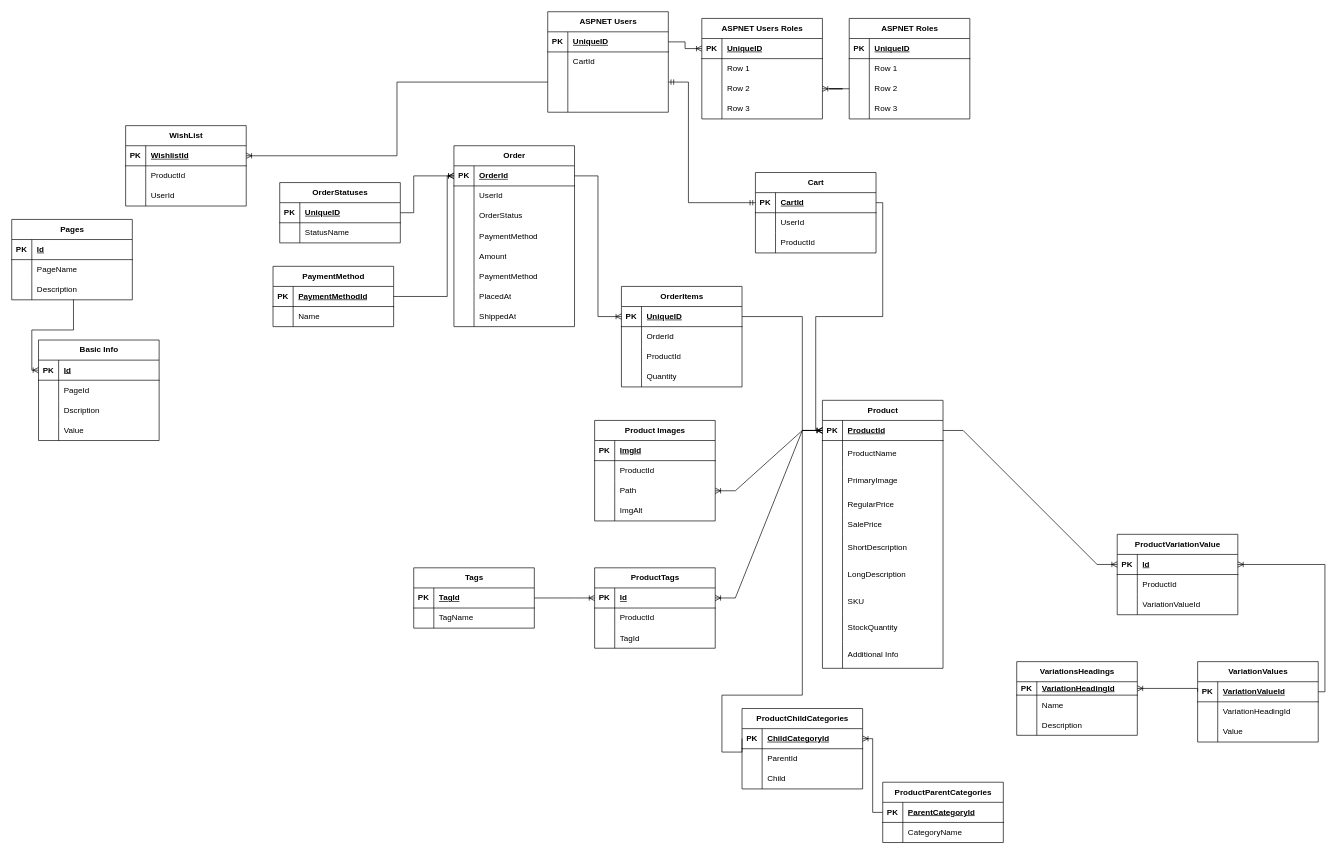
This is Untitled Diagram.drawio from mohamedvoli/Uthr, a draw.io file, before an edit. Source tidied: cells renumbered, new cells numbered last; positions are measured from the earlier drawing's top-left corner, leaving out a move shared by most shapes. Both pictures are drawn from the tidied source at 67%, with x=0, y=0 at pixel (11, 11).
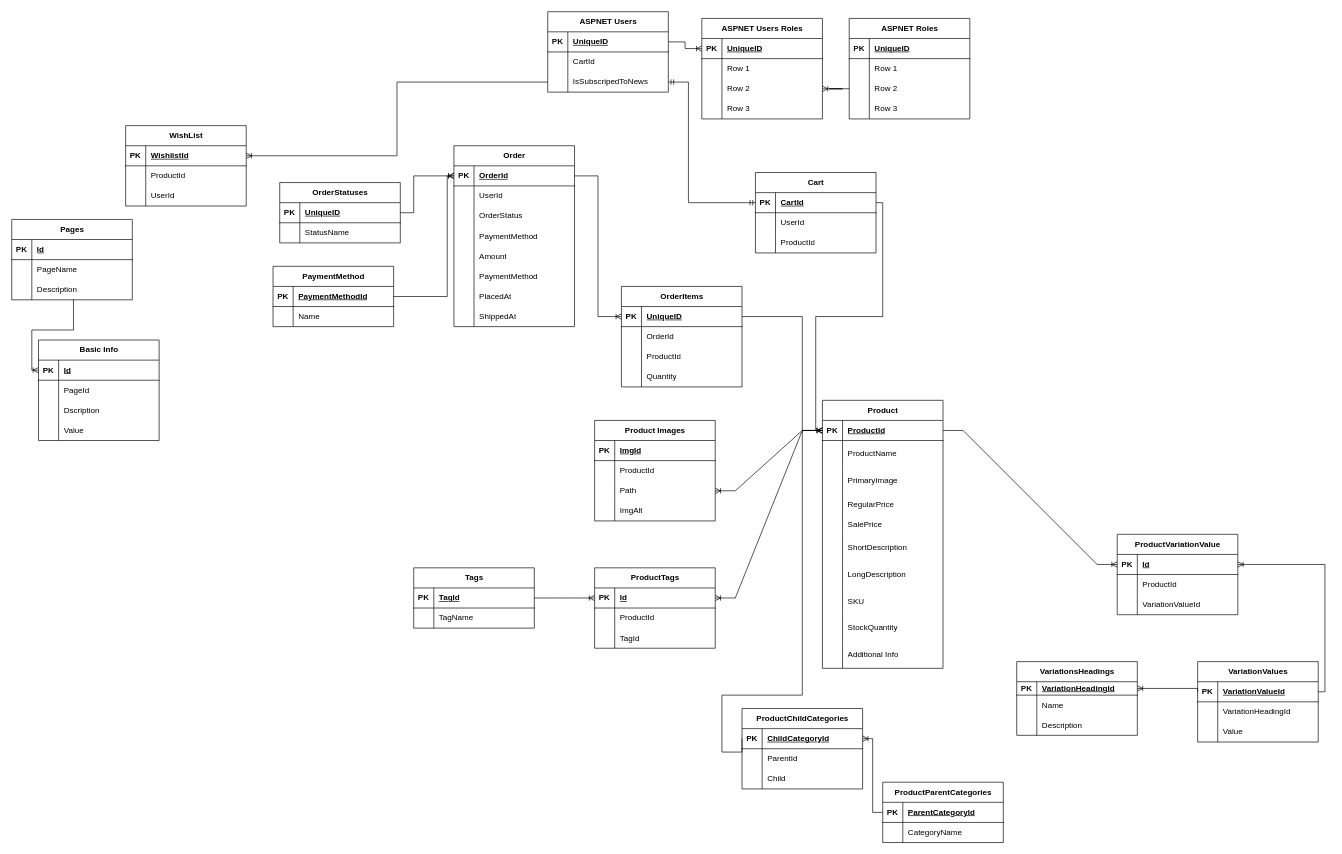
The same page after the edit.

The change refers to these unchanged cells:
```xml
<mxCell id="9" style="shape=tableRow;horizontal=0;startSize=0;swimlaneHead=0;swimlaneBody=0;fillColor=none;points=[[0,0.5],[1,0.5]];portConstraint=eastwest;top=0;left=0;right=0;bottom=0;" parent="2" vertex="1">
  <mxGeometry y="90" width="180" height="30" as="geometry" />
</mxCell>
```

The edit, as a diff of the source:
```diff
@@
     <mxCell id="2" value="ASPNET Users" style="shape=table;startSize=30;childLayout=tableLayout;rowLines=0;fontStyle=1;align=center;html=1;" parent="1" vertex="1">
-      <mxGeometry x="800" width="180" height="150" as="geometry" />
+      <mxGeometry x="800" width="180" height="120" as="geometry" />
     </mxCell>
@@
-    <mxCell id="11" style="shape=partialRectangle;fillColor=none;top=0;left=0;bottom=0;right=0;align=left;spacingLeft=6;overflow=hidden;whiteSpace=wrap;html=1;" parent="9" vertex="1">
+    <mxCell id="11" value="IsSubscripedToNews" style="shape=partialRectangle;fillColor=none;top=0;left=0;bottom=0;right=0;align=left;spacingLeft=6;overflow=hidden;whiteSpace=wrap;html=1;" parent="9" vertex="1">
       <mxGeometry x="30" width="150" height="30" as="geometry" />
     </mxCell>
-    <mxCell id="12" style="shape=tableRow;horizontal=0;startSize=0;swimlaneHead=0;swimlaneBody=0;fillColor=none;top=0;left=0;right=0;bottom=0;" parent="2" vertex="1">
-      <mxGeometry y="120" width="180" height="30" as="geometry" />
-    </mxCell>
-    <mxCell id="13" style="shape=partialRectangle;fillColor=none;top=0;left=0;bottom=0;right=0;overflow=hidden;whiteSpace=wrap;html=1;" parent="12" vertex="1">
-      <mxGeometry width="30" height="30" as="geometry" />
-    </mxCell>
-    <mxCell id="14" style="shape=partialRectangle;fillColor=none;top=0;left=0;bottom=0;right=0;align=left;spacingLeft=6;overflow=hidden;whiteSpace=wrap;html=1;" parent="12" vertex="1">
-      <mxGeometry x="30" width="150" height="30" as="geometry" />
-    </mxCell>
```
